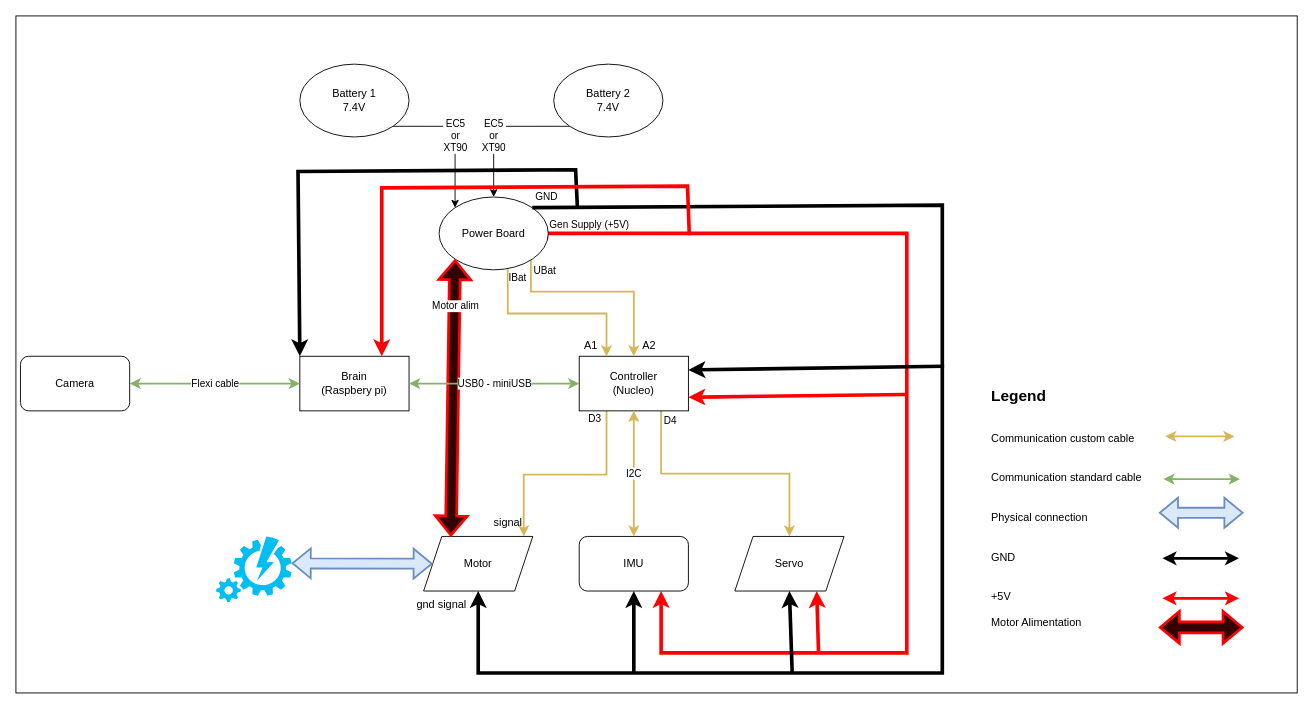
Before: source/images/hardwaresetupforcar/ConnectionDiagram.drawio in ECC-BFMC/Documentation, a draw.io diagram. Source tidied: cells renumbered, new cells numbered last; positions are measured from the earlier drawing's top-left corner, leaving out a move shared by most shapes. Both pictures are drawn from the tidied source at 91%, with x=0, y=0 at pixel (15, 15).
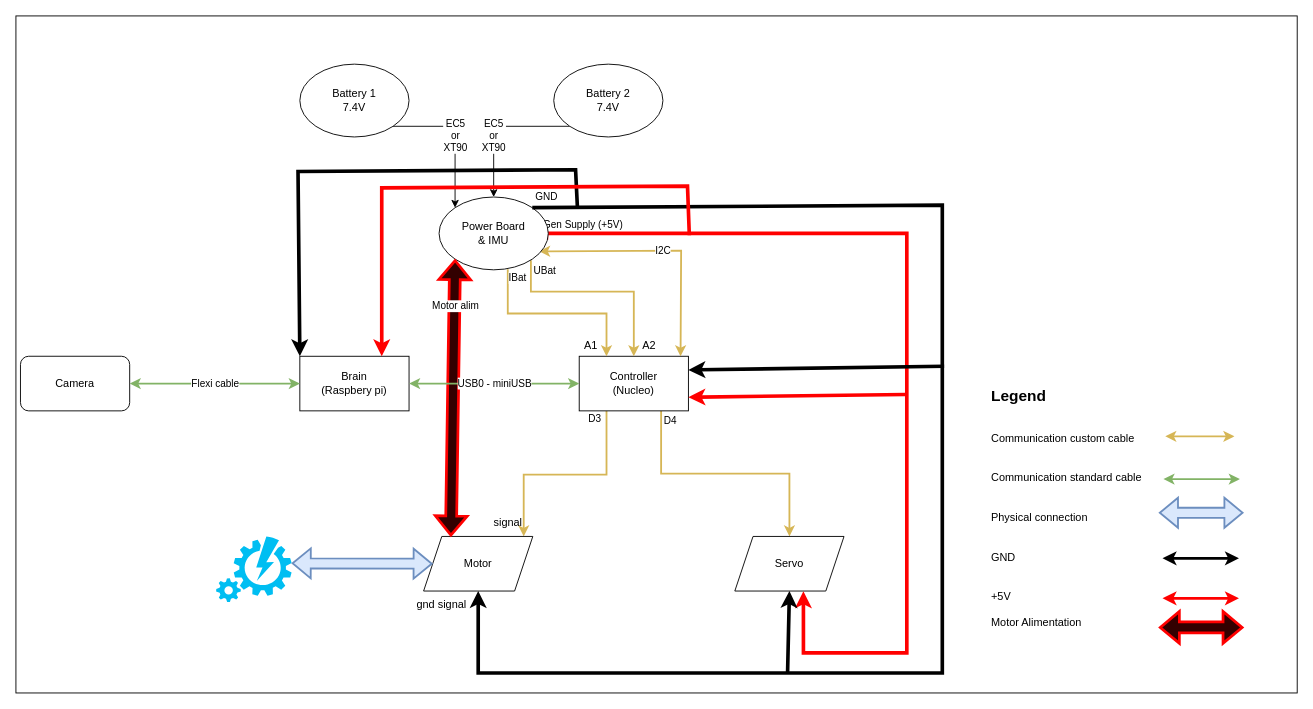
After the change.

The change refers to these unchanged cells:
```xml
<mxCell id="6" value="&lt;div&gt;Controller&lt;/div&gt;&lt;div&gt;(Nucleo)&lt;br&gt;&lt;/div&gt;" style="rounded=0;whiteSpace=wrap;html=1;" parent="1" vertex="1">
  <mxGeometry x="619" y="374" width="120" height="60" as="geometry" />
</mxCell>
<mxCell id="12" value="Servo" style="shape=parallelogram;perimeter=parallelogramPerimeter;whiteSpace=wrap;html=1;fixedSize=1;" parent="1" vertex="1">
  <mxGeometry x="790" y="572" width="120" height="60" as="geometry" />
</mxCell>
```

What changed in the source:
```diff
@@
-    <mxCell id="8" value="IMU" style="rounded=1;whiteSpace=wrap;html=1;" parent="1" vertex="1">
-      <mxGeometry x="619" y="572" width="120" height="60" as="geometry" />
-    </mxCell>
@@
-    <mxCell id="10" value="I2C" style="endArrow=classic;startArrow=classic;html=1;rounded=0;entryX=0.5;entryY=1;entryDx=0;entryDy=0;fillColor=#fff2cc;strokeColor=#d6b656;strokeWidth=2;" parent="1" edge="1" source="8" target="6">
-      <mxGeometry relative="1" as="geometry" />
+    <mxCell id="10" value="I2C" style="endArrow=classic;startArrow=classic;html=1;rounded=0;entryX=0.928;entryY=0;entryDx=0;entryDy=0;fillColor=#fff2cc;strokeColor=#d6b656;strokeWidth=2;exitX=0.916;exitY=0.746;exitDx=0;exitDy=0;exitPerimeter=0;entryPerimeter=0;" parent="1" edge="1" source="16" target="6">
+      <mxGeometry relative="1" as="geometry">
+        <Array as="points">
+          <mxPoint x="731" y="258" />
+        </Array>
+      </mxGeometry>
     </mxCell>
@@
-    <mxCell id="15" value="Gen Supply (+5V)" style="edgeStyle=orthogonalEdgeStyle;rounded=0;jumpSize=21;jettySize=auto;html=1;exitX=0.983;exitY=0.588;exitDx=0;exitDy=0;entryX=0.75;entryY=1;entryDx=0;entryDy=0;strokeColor=#ff0000;strokeWidth=4;exitPerimeter=0;" parent="1" edge="1" source="16" target="8">
+    <mxCell id="15" value="Gen Supply (+5V)" style="edgeStyle=orthogonalEdgeStyle;rounded=0;jumpSize=21;jettySize=auto;html=1;exitX=0.983;exitY=0.588;exitDx=0;exitDy=0;strokeColor=#ff0000;strokeWidth=4;exitPerimeter=0;entryX=0.628;entryY=1.003;entryDx=0;entryDy=0;entryPerimeter=0;" parent="1" edge="1" source="16" target="12">
       <mxGeometry x="-0.91" y="10" relative="1" as="geometry">
         <Array as="points">
           <mxPoint x="583" y="239" />
           <mxPoint x="979" y="239" />
           <mxPoint x="979" y="700" />
-          <mxPoint x="709" y="700" />
+          <mxPoint x="865" y="700" />
         </Array>
       </mxGeometry>
     </mxCell>
-    <mxCell id="16" value="Power Board" style="ellipse;whiteSpace=wrap;html=1;" parent="1" vertex="1">
+    <mxCell id="16" value="Power Board&lt;br&gt;&amp;amp; IMU" style="ellipse;whiteSpace=wrap;html=1;" parent="1" vertex="1">
       <mxGeometry x="465" y="199" width="120" height="80" as="geometry" />
     </mxCell>
@@
-    <mxCell id="22" style="endArrow=classic;html=1;rounded=0;strokeColor=#000000;strokeWidth=4;jumpSize=21;entryX=0.5;entryY=1;entryDx=0;entryDy=0;" parent="1" edge="1" target="8">
-      <mxGeometry relative="1" as="geometry">
-        <mxPoint x="679" y="722" as="sourcePoint" />
-      </mxGeometry>
-    </mxCell>
     <mxCell id="23" style="endArrow=classic;html=1;rounded=0;strokeColor=#000000;strokeWidth=4;jumpSize=21;entryX=0.5;entryY=1;entryDx=0;entryDy=0;" parent="1" edge="1" target="12">
       <mxGeometry relative="1" as="geometry">
-        <mxPoint x="853" y="721" as="sourcePoint" />
+        <mxPoint x="848" y="721" as="sourcePoint" />
+        <Array as="points">
+          <mxPoint x="849" y="676" />
+        </Array>
       </mxGeometry>
     </mxCell>
@@
-    <mxCell id="34" style="endArrow=classic;html=1;rounded=0;strokeColor=#ff0000;strokeWidth=4;jumpSize=21;entryX=0.75;entryY=1;entryDx=0;entryDy=0;" parent="1" edge="1" target="12">
-      <mxGeometry relative="1" as="geometry">
-        <mxPoint x="882" y="700" as="sourcePoint" />
-      </mxGeometry>
-    </mxCell>
```
